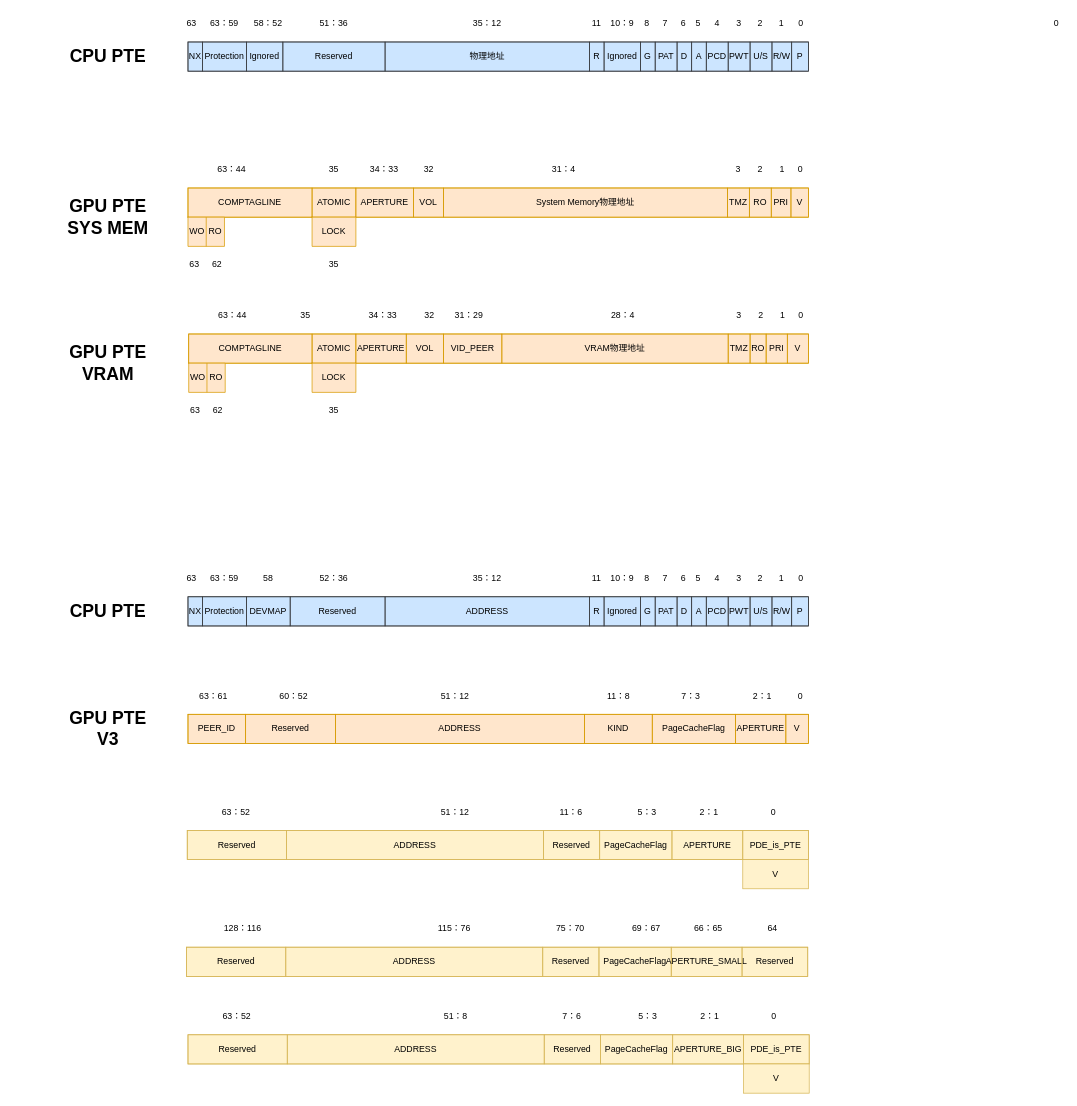
raykwok1150/draw.io keeps this draw.io diagram as memory.drawio. Above is the earlier version. Source tidied: cells renumbered, new cells numbered last; positions are measured from the earlier drawing's top-left corner, leaving out a move shared by most shapes. Both pictures are drawn from the tidied source at 73%, with x=0, y=0 at pixel (71, 12).
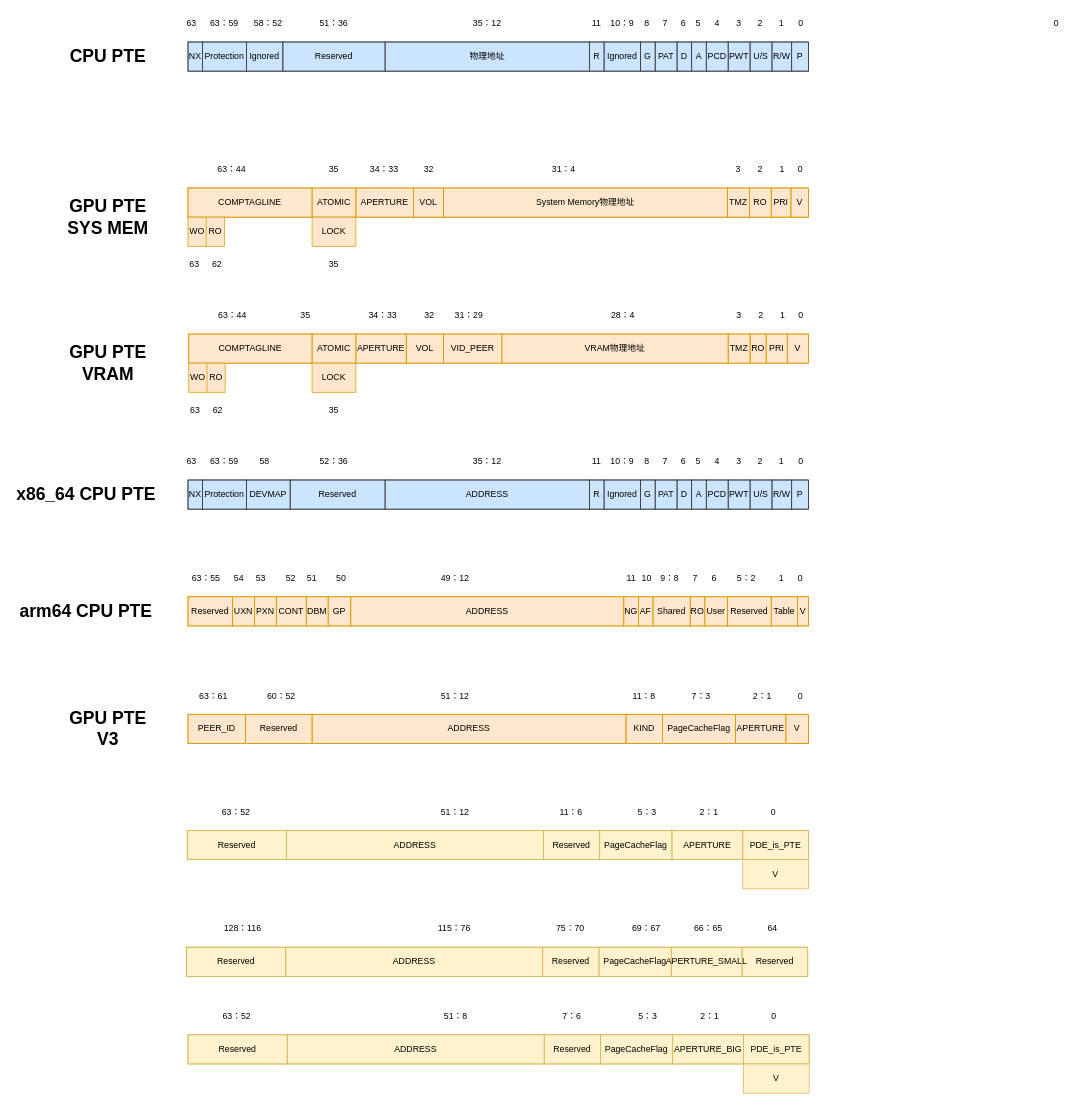
After the change.

The change refers to these unchanged cells:
```xml
<mxCell id="103" style="shape=tableRow;horizontal=0;startSize=0;swimlaneHead=0;swimlaneBody=0;top=0;left=0;bottom=0;right=0;fontStyle=0;fillColor=none;strokeColor=inherit;" parent="102" vertex="1">
  <mxGeometry width="850" height="40" as="geometry" />
</mxCell>
```

Change to the diagram source:
```diff
@@
     <mxCell id="105" value="Reserved" style="strokeColor=inherit;fillColor=none;align=center;whiteSpace=wrap;html=1;" parent="103" vertex="1">
-      <mxGeometry x="79" width="123" height="40" as="geometry" />
+      <mxGeometry x="79" width="91" height="40" as="geometry" />
     </mxCell>
     <mxCell id="106" value="ADDRESS" style="strokeColor=inherit;fillColor=none;align=center;whiteSpace=wrap;html=1;" parent="103" vertex="1">
-      <mxGeometry x="202" width="341" height="40" as="geometry" />
+      <mxGeometry x="170" width="430" height="40" as="geometry" />
     </mxCell>
     <mxCell id="107" value="KIND" style="strokeColor=inherit;fillColor=none;align=center;whiteSpace=wrap;html=1;" parent="103" vertex="1">
-      <mxGeometry x="543" width="93" height="40" as="geometry" />
+      <mxGeometry x="600" width="50" height="40" as="geometry" />
     </mxCell>
     <mxCell id="108" value="PageCacheFlag" style="strokeColor=inherit;fillColor=none;align=center;whiteSpace=wrap;html=1;" parent="103" vertex="1">
-      <mxGeometry x="636" width="114" height="40" as="geometry" />
+      <mxGeometry x="650" width="100" height="40" as="geometry" />
     </mxCell>
@@
     <mxCell id="113" value="7：3" style="text;html=1;align=center;verticalAlign=middle;whiteSpace=wrap;rounded=0;" parent="1" vertex="1">
-      <mxGeometry x="824" y="921" width="50" height="30" as="geometry" />
+      <mxGeometry x="838" y="921" width="50" height="30" as="geometry" />
     </mxCell>
     <mxCell id="114" value="11：8" style="text;html=1;align=center;verticalAlign=middle;whiteSpace=wrap;rounded=0;" parent="1" vertex="1">
-      <mxGeometry x="725" y="921" width="50" height="30" as="geometry" />
+      <mxGeometry x="760" y="921" width="50" height="30" as="geometry" />
     </mxCell>
@@
     <mxCell id="116" value="60：52" style="text;html=1;align=center;verticalAlign=middle;whiteSpace=wrap;rounded=0;" parent="1" vertex="1">
-      <mxGeometry x="280" y="921" width="50" height="30" as="geometry" />
+      <mxGeometry x="263" y="921" width="50" height="30" as="geometry" />
     </mxCell>
@@
     <mxCell id="119" style="childLayout=tableLayout;shadow=0;fillColor=#cce5ff;strokeColor=#36393d;glass=0;rounded=0;" parent="1" vertex="1">
-      <mxGeometry x="160" y="800" width="850" height="40" as="geometry" />
+      <mxGeometry x="160" y="640" width="850" height="40" as="geometry" />
     </mxCell>
@@
     <mxCell id="137" value="63" style="text;html=1;align=center;verticalAlign=middle;whiteSpace=wrap;rounded=0;" parent="1" vertex="1">
-      <mxGeometry x="150" y="760" width="30" height="30" as="geometry" />
+      <mxGeometry x="150" y="600" width="30" height="30" as="geometry" />
     </mxCell>
     <mxCell id="138" value="63：59" style="text;html=1;align=center;verticalAlign=middle;whiteSpace=wrap;rounded=0;" parent="1" vertex="1">
-      <mxGeometry x="180" y="760" width="60" height="30" as="geometry" />
+      <mxGeometry x="180" y="600" width="60" height="30" as="geometry" />
     </mxCell>
     <mxCell id="139" value="58" style="text;html=1;align=center;verticalAlign=middle;whiteSpace=wrap;rounded=0;" parent="1" vertex="1">
-      <mxGeometry x="240" y="760" width="60" height="30" as="geometry" />
+      <mxGeometry x="250" y="600" width="30" height="30" as="geometry" />
     </mxCell>
     <mxCell id="140" value="52：36" style="text;html=1;align=center;verticalAlign=middle;whiteSpace=wrap;rounded=0;" parent="1" vertex="1">
-      <mxGeometry x="330" y="760" width="60" height="30" as="geometry" />
+      <mxGeometry x="330" y="600" width="60" height="30" as="geometry" />
     </mxCell>
     <mxCell id="141" value="35：12" style="text;html=1;align=center;verticalAlign=middle;whiteSpace=wrap;rounded=0;" parent="1" vertex="1">
-      <mxGeometry x="540" y="760" width="60" height="30" as="geometry" />
+      <mxGeometry x="540" y="600" width="60" height="30" as="geometry" />
     </mxCell>
     <mxCell id="142" value="11" style="text;html=1;align=center;verticalAlign=middle;whiteSpace=wrap;rounded=0;" parent="1" vertex="1">
-      <mxGeometry x="710" y="760" width="20" height="30" as="geometry" />
+      <mxGeometry x="710" y="600" width="20" height="30" as="geometry" />
     </mxCell>
     <mxCell id="143" value="10：9" style="text;html=1;align=center;verticalAlign=middle;whiteSpace=wrap;rounded=0;" parent="1" vertex="1">
-      <mxGeometry x="735" y="760" width="40" height="30" as="geometry" />
+      <mxGeometry x="735" y="600" width="40" height="30" as="geometry" />
     </mxCell>
     <mxCell id="144" value="8" style="text;html=1;align=center;verticalAlign=middle;whiteSpace=wrap;rounded=0;" parent="1" vertex="1">
-      <mxGeometry x="784" y="760" width="10" height="30" as="geometry" />
+      <mxGeometry x="784" y="600" width="10" height="30" as="geometry" />
     </mxCell>
     <mxCell id="145" value="7" style="text;html=1;align=center;verticalAlign=middle;whiteSpace=wrap;rounded=0;" parent="1" vertex="1">
-      <mxGeometry x="804" y="760" width="20" height="30" as="geometry" />
+      <mxGeometry x="804" y="600" width="20" height="30" as="geometry" />
     </mxCell>
     <mxCell id="146" value="6" style="text;html=1;align=center;verticalAlign=middle;whiteSpace=wrap;rounded=0;" parent="1" vertex="1">
-      <mxGeometry x="829" y="760" width="20" height="30" as="geometry" />
+      <mxGeometry x="829" y="600" width="20" height="30" as="geometry" />
     </mxCell>
     <mxCell id="147" value="4" style="text;html=1;align=center;verticalAlign=middle;whiteSpace=wrap;rounded=0;" parent="1" vertex="1">
-      <mxGeometry x="875" y="760" width="20" height="30" as="geometry" />
+      <mxGeometry x="875" y="600" width="20" height="30" as="geometry" />
     </mxCell>
     <mxCell id="148" value="2" style="text;html=1;align=center;verticalAlign=middle;whiteSpace=wrap;rounded=0;" parent="1" vertex="1">
-      <mxGeometry x="934" y="760" width="20" height="30" as="geometry" />
+      <mxGeometry x="934" y="600" width="20" height="30" as="geometry" />
     </mxCell>
     <mxCell id="149" value="1" style="text;html=1;align=center;verticalAlign=middle;whiteSpace=wrap;rounded=0;" parent="1" vertex="1">
-      <mxGeometry x="963" y="760" width="20" height="30" as="geometry" />
+      <mxGeometry x="963" y="600" width="20" height="30" as="geometry" />
     </mxCell>
     <mxCell id="150" value="0" style="text;html=1;align=center;verticalAlign=middle;whiteSpace=wrap;rounded=0;" parent="1" vertex="1">
-      <mxGeometry x="990" y="760" width="20" height="30" as="geometry" />
+      <mxGeometry x="990" y="600" width="20" height="30" as="geometry" />
     </mxCell>
     <mxCell id="151" value="3" style="text;html=1;align=center;verticalAlign=middle;whiteSpace=wrap;rounded=0;" parent="1" vertex="1">
-      <mxGeometry x="905" y="760" width="20" height="30" as="geometry" />
+      <mxGeometry x="905" y="600" width="20" height="30" as="geometry" />
     </mxCell>
     <mxCell id="152" value="5" style="text;html=1;align=center;verticalAlign=middle;whiteSpace=wrap;rounded=0;" parent="1" vertex="1">
-      <mxGeometry x="849" y="760" width="20" height="30" as="geometry" />
+      <mxGeometry x="849" y="600" width="20" height="30" as="geometry" />
     </mxCell>
-    <mxCell id="153" value="CPU PTE" style="text;strokeColor=none;fillColor=none;html=1;fontSize=24;fontStyle=1;verticalAlign=middle;align=center;" parent="1" vertex="1">
-      <mxGeometry y="800" width="100" height="40" as="geometry" />
+    <mxCell id="153" value="x86_64 CPU PTE" style="text;strokeColor=none;fillColor=none;html=1;fontSize=24;fontStyle=1;verticalAlign=middle;align=center;" parent="1" vertex="1">
+      <mxGeometry x="-80" y="640" width="200" height="40" as="geometry" />
     </mxCell>
@@
+    <mxCell id="198" style="childLayout=tableLayout;shadow=0;fillColor=#ffe6cc;strokeColor=#d79b00;glass=0;rounded=0;" parent="1" vertex="1">
+      <mxGeometry x="160" y="800" width="850" height="40" as="geometry" />
+    </mxCell>
+    <mxCell id="199" style="shape=tableRow;horizontal=0;startSize=0;swimlaneHead=0;swimlaneBody=0;top=0;left=0;bottom=0;right=0;fontStyle=0;fillColor=none;strokeColor=inherit;" parent="198" vertex="1">
+      <mxGeometry width="850" height="40" as="geometry" />
+    </mxCell>
+    <mxCell id="200" value="Reserved" style="strokeColor=inherit;fillColor=none;align=center;whiteSpace=wrap;html=1;" parent="199" vertex="1">
+      <mxGeometry width="61" height="40" as="geometry" />
+    </mxCell>
+    <mxCell id="201" value="UXN" style="strokeColor=inherit;fillColor=none;align=center;whiteSpace=wrap;html=1;" parent="199" vertex="1">
+      <mxGeometry x="61" width="30" height="40" as="geometry" />
+    </mxCell>
+    <mxCell id="202" value="PXN" style="strokeColor=inherit;fillColor=none;align=center;whiteSpace=wrap;html=1;" parent="199" vertex="1">
+      <mxGeometry x="91" width="30" height="40" as="geometry" />
+    </mxCell>
+    <mxCell id="203" value="CONT" style="strokeColor=inherit;fillColor=none;align=center;whiteSpace=wrap;html=1;" parent="199" vertex="1">
+      <mxGeometry x="121" width="41" height="40" as="geometry" />
+    </mxCell>
+    <mxCell id="204" value="DBM" style="strokeColor=inherit;fillColor=none;align=center;whiteSpace=wrap;html=1;" parent="199" vertex="1">
+      <mxGeometry x="162" width="30" height="40" as="geometry" />
+    </mxCell>
+    <mxCell id="205" value="GP" style="strokeColor=inherit;fillColor=none;align=center;whiteSpace=wrap;html=1;" parent="199" vertex="1">
+      <mxGeometry x="192" width="31" height="40" as="geometry" />
+    </mxCell>
+    <mxCell id="206" value="ADDRESS" style="strokeColor=inherit;fillColor=none;align=center;whiteSpace=wrap;html=1;" parent="199" vertex="1">
+      <mxGeometry x="223" width="374" height="40" as="geometry" />
+    </mxCell>
+    <mxCell id="207" value="NG" style="strokeColor=inherit;fillColor=none;align=center;whiteSpace=wrap;html=1;" parent="199" vertex="1">
+      <mxGeometry x="597" width="20" height="40" as="geometry" />
+    </mxCell>
+    <mxCell id="208" value="AF" style="strokeColor=inherit;fillColor=none;align=center;whiteSpace=wrap;html=1;" parent="199" vertex="1">
+      <mxGeometry x="617" width="20" height="40" as="geometry" />
+    </mxCell>
+    <mxCell id="209" value="Shared" style="strokeColor=inherit;fillColor=none;align=center;whiteSpace=wrap;html=1;" parent="199" vertex="1">
+      <mxGeometry x="637" width="51" height="40" as="geometry" />
+    </mxCell>
+    <mxCell id="210" value="RO" style="strokeColor=inherit;fillColor=none;align=center;whiteSpace=wrap;html=1;" parent="199" vertex="1">
+      <mxGeometry x="688" width="20" height="40" as="geometry" />
+    </mxCell>
+    <mxCell id="211" value="User" style="strokeColor=inherit;fillColor=none;align=center;whiteSpace=wrap;html=1;" parent="199" vertex="1">
+      <mxGeometry x="708" width="31" height="40" as="geometry" />
+    </mxCell>
+    <mxCell id="212" value="Reserved" style="strokeColor=inherit;fillColor=none;align=center;whiteSpace=wrap;html=1;" parent="199" vertex="1">
+      <mxGeometry x="739" width="60" height="40" as="geometry" />
+    </mxCell>
+    <mxCell id="213" value="Table" style="strokeColor=inherit;fillColor=none;align=center;whiteSpace=wrap;html=1;" parent="199" vertex="1">
+      <mxGeometry x="799" width="36" height="40" as="geometry" />
+    </mxCell>
+    <mxCell id="214" value="V" style="strokeColor=inherit;fillColor=none;align=center;whiteSpace=wrap;html=1;" parent="199" vertex="1">
+      <mxGeometry x="835" width="15" height="40" as="geometry" />
+    </mxCell>
+    <mxCell id="215" value="0" style="text;html=1;align=center;verticalAlign=middle;whiteSpace=wrap;rounded=0;" parent="1" vertex="1">
+      <mxGeometry x="989" y="760" width="20" height="30" as="geometry" />
+    </mxCell>
+    <mxCell id="216" value="5：2" style="text;html=1;align=center;verticalAlign=middle;whiteSpace=wrap;rounded=0;" parent="1" vertex="1">
+      <mxGeometry x="900" y="760" width="50" height="30" as="geometry" />
+    </mxCell>
+    <mxCell id="217" value="7" style="text;html=1;align=center;verticalAlign=middle;whiteSpace=wrap;rounded=0;" parent="1" vertex="1">
+      <mxGeometry x="848" y="760" width="14" height="30" as="geometry" />
+    </mxCell>
+    <mxCell id="218" value="11" style="text;html=1;align=center;verticalAlign=middle;whiteSpace=wrap;rounded=0;" parent="1" vertex="1">
+      <mxGeometry x="760" y="760" width="15" height="30" as="geometry" />
+    </mxCell>
+    <mxCell id="219" value="49：12" style="text;html=1;align=center;verticalAlign=middle;whiteSpace=wrap;rounded=0;" parent="1" vertex="1">
+      <mxGeometry x="501" y="760" width="50" height="30" as="geometry" />
+    </mxCell>
+    <mxCell id="220" value="52" style="text;html=1;align=center;verticalAlign=middle;whiteSpace=wrap;rounded=0;" parent="1" vertex="1">
+      <mxGeometry x="291" y="760" width="20" height="30" as="geometry" />
+    </mxCell>
+    <mxCell id="221" value="63：55" style="text;html=1;align=center;verticalAlign=middle;whiteSpace=wrap;rounded=0;" parent="1" vertex="1">
+      <mxGeometry x="160" y="760" width="50" height="30" as="geometry" />
+    </mxCell>
+    <mxCell id="222" value="arm64 CPU PTE" style="text;strokeColor=none;fillColor=none;html=1;fontSize=24;fontStyle=1;verticalAlign=middle;align=center;" parent="1" vertex="1">
+      <mxGeometry x="-80" y="800" width="200" height="40" as="geometry" />
+    </mxCell>
+    <mxCell id="223" value="54" style="text;html=1;align=center;verticalAlign=middle;whiteSpace=wrap;rounded=0;" parent="1" vertex="1">
+      <mxGeometry x="220" y="760" width="20" height="30" as="geometry" />
+    </mxCell>
+    <mxCell id="224" value="53" style="text;html=1;align=center;verticalAlign=middle;whiteSpace=wrap;rounded=0;" parent="1" vertex="1">
+      <mxGeometry x="250" y="760" width="20" height="30" as="geometry" />
+    </mxCell>
+    <mxCell id="225" value="51" style="text;html=1;align=center;verticalAlign=middle;whiteSpace=wrap;rounded=0;" parent="1" vertex="1">
+      <mxGeometry x="320" y="760" width="20" height="30" as="geometry" />
+    </mxCell>
+    <mxCell id="226" value="50" style="text;html=1;align=center;verticalAlign=middle;whiteSpace=wrap;rounded=0;" parent="1" vertex="1">
+      <mxGeometry x="360" y="760" width="20" height="30" as="geometry" />
+    </mxCell>
+    <mxCell id="227" value="10" style="text;html=1;align=center;verticalAlign=middle;whiteSpace=wrap;rounded=0;" parent="1" vertex="1">
+      <mxGeometry x="780.5" y="760" width="15" height="30" as="geometry" />
+    </mxCell>
+    <mxCell id="228" value="9：8" style="text;html=1;align=center;verticalAlign=middle;whiteSpace=wrap;rounded=0;" parent="1" vertex="1">
+      <mxGeometry x="805" y="760" width="30" height="30" as="geometry" />
+    </mxCell>
+    <mxCell id="229" value="6" style="text;html=1;align=center;verticalAlign=middle;whiteSpace=wrap;rounded=0;" parent="1" vertex="1">
+      <mxGeometry x="874" y="760" width="14" height="30" as="geometry" />
+    </mxCell>
+    <mxCell id="230" value="1" style="text;html=1;align=center;verticalAlign=middle;whiteSpace=wrap;rounded=0;" parent="1" vertex="1">
+      <mxGeometry x="963" y="760" width="20" height="30" as="geometry" />
+    </mxCell>
```
